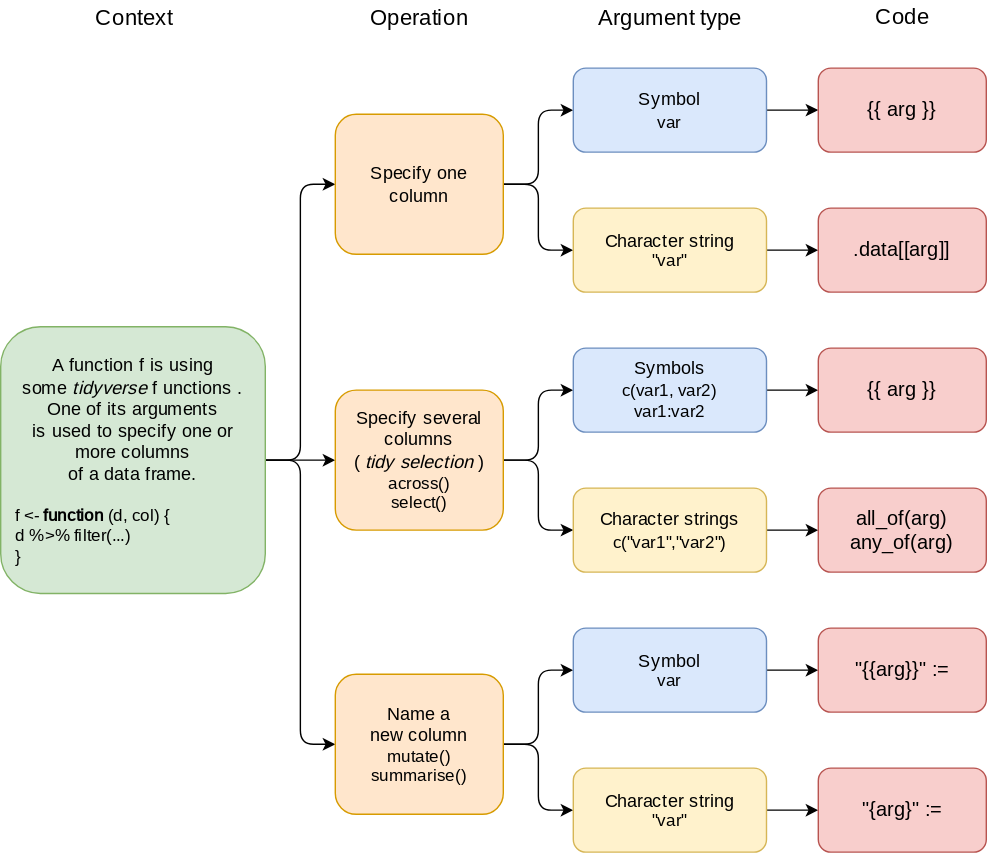
Before: resources/figures/tidyeval_en.drawio.svg, a diagram exported from draw.io (juba/tidyverse). Source tidied: cells renumbered, new cells last; positions are measured from the earlier drawing's top-left corner, leaving out a move shared by most shapes.
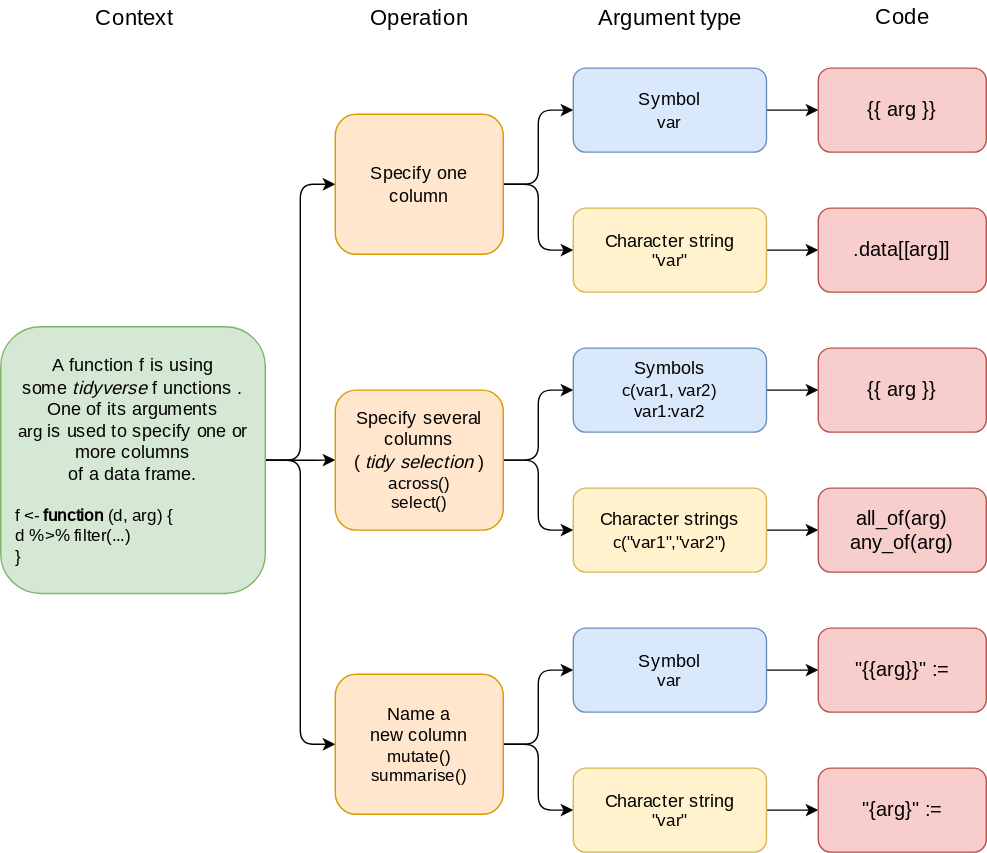
After the change.

Commit message:
Correction des noms d'argument dans schéma tidyeval_en

Diff of the diagram source:
```diff
@@ -11,7 +11,7 @@
     <mxCell id="4" style="edgeStyle=orthogonalEdgeStyle;rounded=1;jettySize=auto;html=1;labelBackgroundColor=none;fontColor=#000000;strokeColor=#000000;" parent="1" edge="1" source="5" target="8">
       <mxGeometry relative="1" as="geometry" />
     </mxCell>
-    <mxCell id="5" value="&lt;div style=&quot;font-size: 13px&quot;&gt;&lt;font style=&quot;font-size: 13px&quot;&gt;&lt;font face=&quot;Roboto&quot;&gt;A function&amp;nbsp;&lt;/font&gt;&lt;font style=&quot;font-size: 13px&quot; face=&quot;Fira Mono&quot;&gt;f&lt;/font&gt;&lt;font face=&quot;Roboto&quot;&gt;&amp;nbsp;is using&lt;/font&gt;&lt;/font&gt;&lt;/div&gt;&lt;div style=&quot;font-size: 13px&quot;&gt;&lt;font style=&quot;font-size: 13px&quot;&gt;&lt;font face=&quot;Roboto&quot;&gt;&amp;nbsp;some&amp;nbsp;&lt;/font&gt;&lt;i style=&quot;font-family: &amp;#34;roboto&amp;#34;&quot;&gt;tidyverse &lt;/i&gt;&lt;span style=&quot;font-family: &amp;#34;roboto&amp;#34;&quot;&gt;f&lt;/span&gt;&lt;span style=&quot;font-family: &amp;#34;roboto&amp;#34;&quot;&gt;unctions&lt;/span&gt;&lt;font face=&quot;Roboto&quot;&gt;.&amp;nbsp;&lt;/font&gt;&lt;/font&gt;&lt;/div&gt;&lt;div style=&quot;font-size: 13px&quot;&gt;&lt;font style=&quot;font-size: 13px&quot;&gt;&lt;font face=&quot;Roboto&quot;&gt;One of its arguments&lt;/font&gt;&lt;/font&gt;&lt;/div&gt;&lt;div style=&quot;font-size: 13px&quot;&gt;&lt;font style=&quot;font-size: 13px&quot;&gt;&lt;font face=&quot;Roboto&quot;&gt;is used to specify one or more columns&amp;nbsp;&lt;/font&gt;&lt;/font&gt;&lt;/div&gt;&lt;div style=&quot;font-size: 13px&quot;&gt;&lt;font style=&quot;font-size: 13px&quot;&gt;&lt;font face=&quot;Roboto&quot;&gt;of a data frame.&lt;/font&gt;&lt;/font&gt;&lt;br&gt;&lt;/div&gt;&lt;div align=&quot;left&quot;&gt;&lt;br&gt;&lt;/div&gt;&lt;div align=&quot;left&quot;&gt;&lt;font face=&quot;Fira Mono&quot;&gt;f &amp;lt;- &lt;b&gt;function&lt;/b&gt;(d, col) {&lt;/font&gt;&lt;/div&gt;&lt;div align=&quot;left&quot;&gt;&lt;font face=&quot;Fira Mono&quot;&gt;&amp;nbsp; d %&amp;gt;% filter(...)&lt;br&gt;&lt;/font&gt;&lt;/div&gt;&lt;div align=&quot;left&quot;&gt;&lt;font face=&quot;Fira Mono&quot;&gt;} &lt;/font&gt;&lt;/div&gt;" style="rounded=1;whiteSpace=wrap;html=1;fillColor=#d5e8d4;strokeColor=#82b366;spacing=6;labelBackgroundColor=none;fontColor=#000000;spacingLeft=6;spacingRight=6;" parent="1" vertex="1">
+    <mxCell id="5" value="&lt;div style=&quot;font-size: 13px&quot;&gt;&lt;font style=&quot;font-size: 13px&quot;&gt;&lt;font face=&quot;Roboto&quot;&gt;A function&amp;nbsp;&lt;/font&gt;&lt;font style=&quot;font-size: 13px&quot; face=&quot;Fira Mono&quot;&gt;f&lt;/font&gt;&lt;font face=&quot;Roboto&quot;&gt;&amp;nbsp;is using&lt;/font&gt;&lt;/font&gt;&lt;/div&gt;&lt;div style=&quot;font-size: 13px&quot;&gt;&lt;font style=&quot;font-size: 13px&quot;&gt;&lt;font face=&quot;Roboto&quot;&gt;&amp;nbsp;some&amp;nbsp;&lt;/font&gt;&lt;i style=&quot;font-family: &amp;#34;roboto&amp;#34;&quot;&gt;tidyverse &lt;/i&gt;&lt;span style=&quot;font-family: &amp;#34;roboto&amp;#34;&quot;&gt;f&lt;/span&gt;&lt;span style=&quot;font-family: &amp;#34;roboto&amp;#34;&quot;&gt;unctions&lt;/span&gt;&lt;font face=&quot;Roboto&quot;&gt;.&amp;nbsp;&lt;/font&gt;&lt;/font&gt;&lt;/div&gt;&lt;div style=&quot;font-size: 13px&quot;&gt;&lt;font style=&quot;font-size: 13px&quot;&gt;&lt;font face=&quot;Roboto&quot;&gt;One of its arguments&amp;nbsp;&lt;/font&gt;&lt;/font&gt;&lt;/div&gt;&lt;span style=&quot;font-family: &amp;#34;fira mono&amp;#34; ; text-align: -webkit-left&quot;&gt;arg&amp;nbsp;&lt;/span&gt;&lt;span style=&quot;font-family: &amp;#34;roboto&amp;#34; ; font-size: 13px&quot;&gt;is used to specify one or more columns&amp;nbsp;&lt;/span&gt;&lt;span style=&quot;font-family: &amp;#34;fira mono&amp;#34; ; text-align: -webkit-left&quot;&gt;&lt;br&gt;&lt;/span&gt;&lt;div style=&quot;font-size: 13px&quot;&gt;&lt;font style=&quot;font-size: 13px&quot;&gt;&lt;font face=&quot;Roboto&quot;&gt;of a data frame.&lt;/font&gt;&lt;/font&gt;&lt;br&gt;&lt;/div&gt;&lt;div align=&quot;left&quot;&gt;&lt;br&gt;&lt;/div&gt;&lt;div align=&quot;left&quot;&gt;&lt;font face=&quot;Fira Mono&quot;&gt;f &amp;lt;- &lt;b&gt;function&lt;/b&gt;(d, arg) {&lt;/font&gt;&lt;/div&gt;&lt;div align=&quot;left&quot;&gt;&lt;font face=&quot;Fira Mono&quot;&gt;&amp;nbsp; d %&amp;gt;% filter(...)&lt;br&gt;&lt;/font&gt;&lt;/div&gt;&lt;div align=&quot;left&quot;&gt;&lt;font face=&quot;Fira Mono&quot;&gt;} &lt;/font&gt;&lt;/div&gt;" style="rounded=1;whiteSpace=wrap;html=1;fillColor=#d5e8d4;strokeColor=#82b366;spacing=6;labelBackgroundColor=none;fontColor=#000000;spacingLeft=6;spacingRight=6;" parent="1" vertex="1">
       <mxGeometry y="232.8" width="189" height="190.5" as="geometry" />
     </mxCell>
     <mxCell id="6" style="edgeStyle=orthogonalEdgeStyle;rounded=1;jettySize=auto;html=1;labelBackgroundColor=none;fontColor=#000000;strokeColor=#000000;" parent="1" edge="1" source="8" target="24">
```
